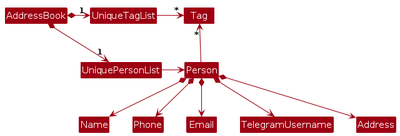
AY2627S1-CS2103T-W14-2/tp keeps this PlantUML diagram as diagrams/BetterModelClassDiagram.png. Above is the earlier version. Its source is kept beside it as diagrams/BetterModelClassDiagram.puml.
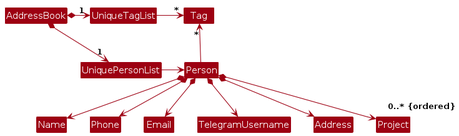
Above is the later version.

What changed in the source:
```diff
@@ -19,4 +19,5 @@
 Person *--> Email
 Person *--> TelegramUsername
 Person *--> Address
+Person *--> "0..* {ordered}" Project
 @enduml
```
